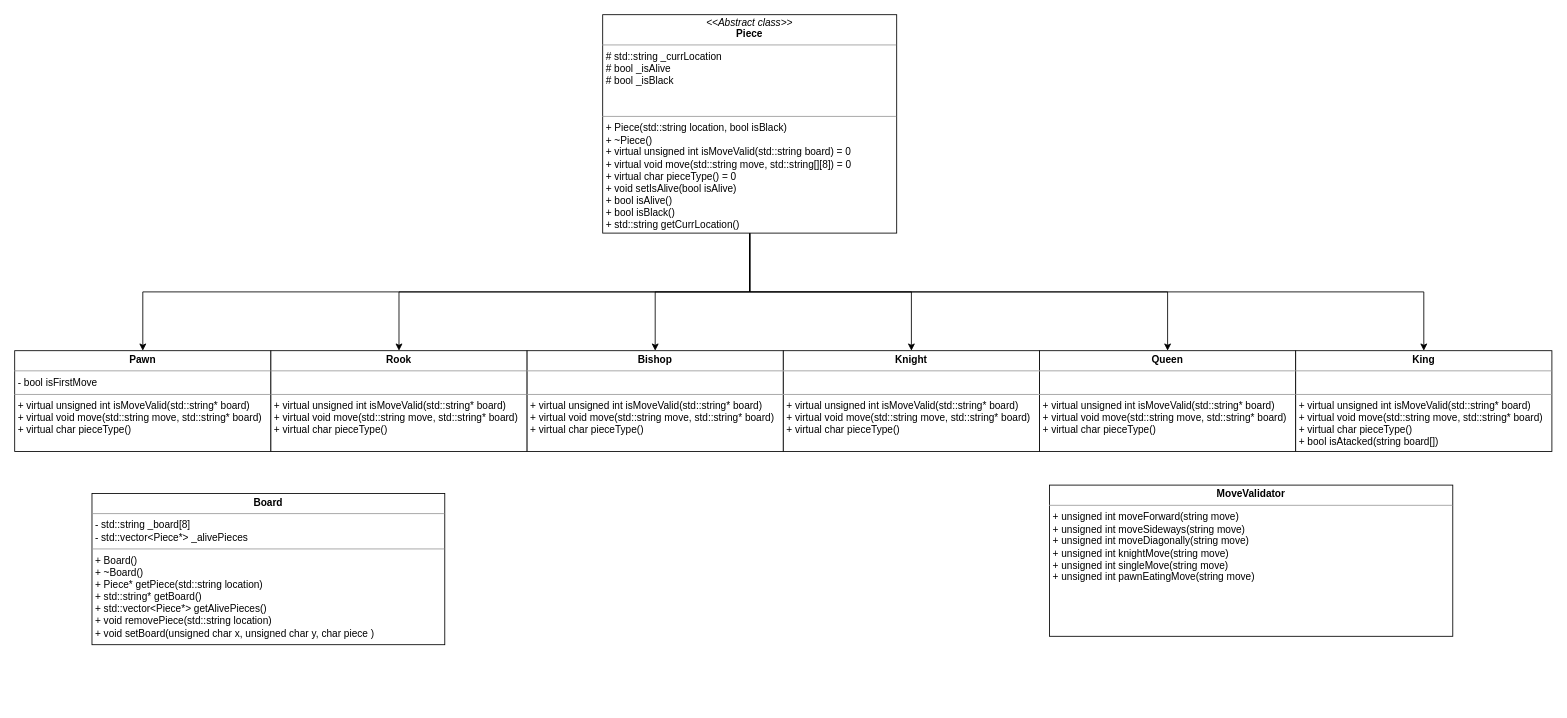
Earlier version of the draw.io diagram ChessUML.drawio (shahar0809/Chess). Source tidied: cells renumbered, new cells numbered last; positions are measured from the earlier drawing's top-left corner, leaving out a move shared by most shapes. Both pictures are drawn from the tidied source at 84%, with x=0, y=0 at pixel (14, 14).
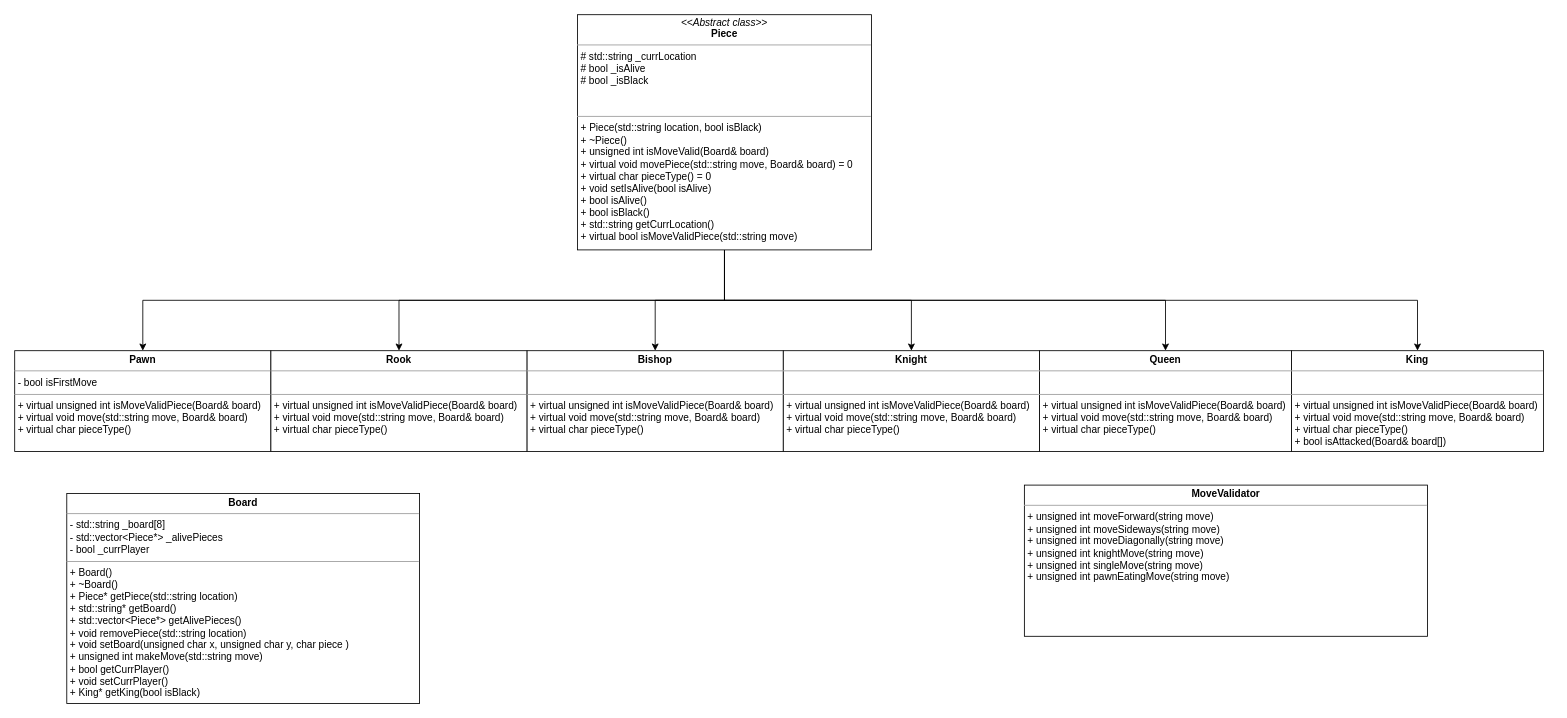
The same page after the edit.

Change to the diagram source:
```diff
@@
 <mxGraphModel background="#ffffff">
   <root>
     <mxCell id="0" />
     <mxCell id="1" parent="0" />
     <mxCell id="2" style="edgeStyle=orthogonalEdgeStyle;rounded=0;jettySize=auto;html=1;exitX=0.5;exitY=1;exitDx=0;exitDy=0;entryX=0.5;entryY=0;entryDx=0;entryDy=0;" parent="1" edge="1" source="8" target="13">
       <mxGeometry relative="1" as="geometry" />
     </mxCell>
     <mxCell id="3" style="edgeStyle=orthogonalEdgeStyle;rounded=0;jettySize=auto;html=1;exitX=0.5;exitY=1;exitDx=0;exitDy=0;" parent="1" edge="1" source="8" target="14">
       <mxGeometry relative="1" as="geometry" />
     </mxCell>
     <mxCell id="4" style="edgeStyle=orthogonalEdgeStyle;rounded=0;jettySize=auto;html=1;exitX=0.5;exitY=1;exitDx=0;exitDy=0;" parent="1" edge="1" source="8" target="12">
       <mxGeometry relative="1" as="geometry" />
     </mxCell>
     <mxCell id="5" style="edgeStyle=orthogonalEdgeStyle;rounded=0;jettySize=auto;html=1;exitX=0.5;exitY=1;exitDx=0;exitDy=0;entryX=0.5;entryY=0;entryDx=0;entryDy=0;" parent="1" edge="1" source="8" target="9">
       <mxGeometry relative="1" as="geometry" />
     </mxCell>
     <mxCell id="6" style="edgeStyle=orthogonalEdgeStyle;rounded=0;jettySize=auto;html=1;exitX=0.5;exitY=1;exitDx=0;exitDy=0;" parent="1" edge="1" source="8" target="15">
       <mxGeometry relative="1" as="geometry" />
     </mxCell>
     <mxCell id="7" style="edgeStyle=orthogonalEdgeStyle;rounded=0;jettySize=auto;html=1;exitX=0.5;exitY=1;exitDx=0;exitDy=0;" parent="1" edge="1" source="8" target="16">
       <mxGeometry relative="1" as="geometry" />
     </mxCell>
-    <mxCell id="8" value="&lt;p style=&quot;margin: 4px 0px 0px ; text-align: center ; line-height: 110%&quot;&gt;&lt;i&gt;&amp;lt;&amp;lt;Abstract class&amp;gt;&amp;gt;&lt;/i&gt;&lt;br&gt;&lt;b&gt;Piece&lt;/b&gt;&lt;/p&gt;&lt;hr size=&quot;1&quot;&gt;&lt;p style=&quot;margin: 0px ; margin-left: 4px&quot;&gt;# std::string _currLocation&lt;br&gt;# bool _isAlive&lt;/p&gt;&lt;p style=&quot;margin: 0px ; margin-left: 4px&quot;&gt;# bool _isBlack&lt;/p&gt;&lt;p style=&quot;margin: 0px ; margin-left: 4px&quot;&gt;&lt;br&gt;&lt;/p&gt;&lt;p style=&quot;margin: 0px ; margin-left: 4px&quot;&gt;&lt;br&gt;&lt;/p&gt;&lt;hr size=&quot;1&quot;&gt;&lt;p style=&quot;margin: 0px ; margin-left: 4px&quot;&gt;+ Piece(std::string location, bool isBlack)&lt;/p&gt;&lt;p style=&quot;margin: 0px ; margin-left: 4px&quot;&gt;+ ~Piece()&lt;/p&gt;&lt;p style=&quot;margin: 0px ; margin-left: 4px&quot;&gt;+ virtual unsigned int isMoveValid(std::string board) = 0&lt;br&gt;+ virtual void move(std::string move, std::string[][8]) = 0&lt;/p&gt;&lt;p style=&quot;margin: 0px ; margin-left: 4px&quot;&gt;+ virtual char pieceType() = 0&lt;/p&gt;&lt;p style=&quot;margin: 0px ; margin-left: 4px&quot;&gt;+ void setIsAlive(bool isAlive)&lt;/p&gt;&lt;p style=&quot;margin: 0px ; margin-left: 4px&quot;&gt;+ bool isAlive()&lt;/p&gt;&lt;p style=&quot;margin: 0px ; margin-left: 4px&quot;&gt;+ bool isBlack()&lt;/p&gt;&lt;p style=&quot;margin: 0px ; margin-left: 4px&quot;&gt;+ std::string getCurrLocation()&lt;/p&gt;" style="verticalAlign=top;align=left;overflow=fill;fontSize=12;fontFamily=Helvetica;html=1;" parent="1" vertex="1">
-      <mxGeometry x="700" width="350" height="260" as="geometry" />
+    <mxCell id="8" value="&lt;p style=&quot;margin: 4px 0px 0px ; text-align: center ; line-height: 110%&quot;&gt;&lt;i&gt;&amp;lt;&amp;lt;Abstract class&amp;gt;&amp;gt;&lt;/i&gt;&lt;br&gt;&lt;b&gt;Piece&lt;/b&gt;&lt;/p&gt;&lt;hr size=&quot;1&quot;&gt;&lt;p style=&quot;margin: 0px ; margin-left: 4px&quot;&gt;# std::string _currLocation&lt;br&gt;# bool _isAlive&lt;/p&gt;&lt;p style=&quot;margin: 0px ; margin-left: 4px&quot;&gt;# bool _isBlack&lt;/p&gt;&lt;p style=&quot;margin: 0px ; margin-left: 4px&quot;&gt;&lt;br&gt;&lt;/p&gt;&lt;p style=&quot;margin: 0px ; margin-left: 4px&quot;&gt;&lt;br&gt;&lt;/p&gt;&lt;hr size=&quot;1&quot;&gt;&lt;p style=&quot;margin: 0px ; margin-left: 4px&quot;&gt;+ Piece(std::string location, bool isBlack)&lt;/p&gt;&lt;p style=&quot;margin: 0px ; margin-left: 4px&quot;&gt;+ ~Piece()&lt;/p&gt;&lt;p style=&quot;margin: 0px ; margin-left: 4px&quot;&gt;+ unsigned int isMoveValid(Board&amp;amp; board)&lt;br&gt;+ virtual void movePiece(std::string move, Board&amp;amp; board) = 0&lt;/p&gt;&lt;p style=&quot;margin: 0px ; margin-left: 4px&quot;&gt;+ virtual char pieceType() = 0&lt;/p&gt;&lt;p style=&quot;margin: 0px ; margin-left: 4px&quot;&gt;+ void setIsAlive(bool isAlive)&lt;/p&gt;&lt;p style=&quot;margin: 0px ; margin-left: 4px&quot;&gt;+ bool isAlive()&lt;/p&gt;&lt;p style=&quot;margin: 0px ; margin-left: 4px&quot;&gt;+ bool isBlack()&lt;/p&gt;&lt;p style=&quot;margin: 0px ; margin-left: 4px&quot;&gt;+ std::string getCurrLocation()&lt;/p&gt;&lt;p style=&quot;margin: 0px ; margin-left: 4px&quot;&gt;+ virtual bool isMoveValidPiece(std::string move)&lt;/p&gt;" style="verticalAlign=top;align=left;overflow=fill;fontSize=12;fontFamily=Helvetica;html=1;" parent="1" vertex="1">
+      <mxGeometry x="670" width="350" height="280" as="geometry" />
     </mxCell>
-    <mxCell id="9" value="&lt;p style=&quot;margin: 0px ; margin-top: 4px ; text-align: center&quot;&gt;&lt;b&gt;Pawn&lt;/b&gt;&lt;/p&gt;&lt;hr size=&quot;1&quot;&gt;&lt;p style=&quot;margin: 0px ; margin-left: 4px&quot;&gt;- bool isFirstMove&lt;/p&gt;&lt;hr size=&quot;1&quot;&gt;&lt;p style=&quot;margin: 0px 0px 0px 4px&quot;&gt;+ virtual unsigned int isMoveValid(std::string* board)&lt;br&gt;+ virtual void move(std::string move, std::string* board)&lt;/p&gt;&lt;p style=&quot;margin: 0px 0px 0px 4px&quot;&gt;+ virtual char pieceType()&amp;nbsp;&lt;/p&gt;" style="verticalAlign=top;align=left;overflow=fill;fontSize=12;fontFamily=Helvetica;html=1;" parent="1" vertex="1">
+    <mxCell id="9" value="&lt;p style=&quot;margin: 0px ; margin-top: 4px ; text-align: center&quot;&gt;&lt;b&gt;Pawn&lt;/b&gt;&lt;/p&gt;&lt;hr size=&quot;1&quot;&gt;&lt;p style=&quot;margin: 0px ; margin-left: 4px&quot;&gt;- bool isFirstMove&lt;/p&gt;&lt;hr size=&quot;1&quot;&gt;&lt;p style=&quot;margin: 0px 0px 0px 4px&quot;&gt;+ virtual unsigned int isMoveValidPiece(Board&amp;amp; board)&lt;br&gt;+ virtual void move(std::string move, Board&amp;amp; board)&lt;/p&gt;&lt;p style=&quot;margin: 0px 0px 0px 4px&quot;&gt;+ virtual char pieceType()&amp;nbsp;&lt;/p&gt;" style="verticalAlign=top;align=left;overflow=fill;fontSize=12;fontFamily=Helvetica;html=1;" parent="1" vertex="1">
       <mxGeometry y="400" width="305" height="120" as="geometry" />
     </mxCell>
-    <mxCell id="10" value="&lt;p style=&quot;margin: 0px ; margin-top: 4px ; text-align: center&quot;&gt;&lt;b&gt;Board&lt;/b&gt;&lt;/p&gt;&lt;hr size=&quot;1&quot;&gt;&lt;p style=&quot;margin: 0px ; margin-left: 4px&quot;&gt;- std::string _board[8]&lt;/p&gt;&lt;p style=&quot;margin: 0px ; margin-left: 4px&quot;&gt;- std::vector&amp;lt;Piece*&amp;gt; _alivePieces&lt;/p&gt;&lt;hr size=&quot;1&quot;&gt;&lt;p style=&quot;margin: 0px ; margin-left: 4px&quot;&gt;+ Board()&lt;/p&gt;&lt;p style=&quot;margin: 0px ; margin-left: 4px&quot;&gt;+ ~Board()&lt;/p&gt;&lt;p style=&quot;margin: 0px ; margin-left: 4px&quot;&gt;+ Piece* getPiece(std::string location)&lt;/p&gt;&lt;p style=&quot;margin: 0px ; margin-left: 4px&quot;&gt;+ std::string* getBoard()&lt;/p&gt;&lt;p style=&quot;margin: 0px ; margin-left: 4px&quot;&gt;+ std::vector&amp;lt;Piece*&amp;gt; getAlivePieces()&lt;/p&gt;&lt;p style=&quot;margin: 0px ; margin-left: 4px&quot;&gt;+ void removePiece(std::string location)&lt;/p&gt;&lt;p style=&quot;margin: 0px ; margin-left: 4px&quot;&gt;+ void setBoard(unsigned char x, unsigned char y, char piece )&lt;/p&gt;&lt;p style=&quot;margin: 0px ; margin-left: 4px&quot;&gt;&lt;br&gt;&lt;/p&gt;&lt;p style=&quot;margin: 0px ; margin-left: 4px&quot;&gt;&lt;br&gt;&lt;/p&gt;&lt;p style=&quot;margin: 0px ; margin-left: 4px&quot;&gt;&lt;br&gt;&lt;/p&gt;" style="verticalAlign=top;align=left;overflow=fill;fontSize=12;fontFamily=Helvetica;html=1;" parent="1" vertex="1">
-      <mxGeometry x="92" y="570" width="420" height="180" as="geometry" />
+    <mxCell id="10" value="&lt;p style=&quot;margin: 0px ; margin-top: 4px ; text-align: center&quot;&gt;&lt;b&gt;Board&lt;/b&gt;&lt;/p&gt;&lt;hr size=&quot;1&quot;&gt;&lt;p style=&quot;margin: 0px ; margin-left: 4px&quot;&gt;- std::string _board[8]&lt;/p&gt;&lt;p style=&quot;margin: 0px ; margin-left: 4px&quot;&gt;- std::vector&amp;lt;Piece*&amp;gt; _alivePieces&lt;/p&gt;&lt;p style=&quot;margin: 0px ; margin-left: 4px&quot;&gt;- bool _currPlayer&lt;/p&gt;&lt;hr size=&quot;1&quot;&gt;&lt;p style=&quot;margin: 0px ; margin-left: 4px&quot;&gt;+ Board()&lt;/p&gt;&lt;p style=&quot;margin: 0px ; margin-left: 4px&quot;&gt;+ ~Board()&lt;/p&gt;&lt;p style=&quot;margin: 0px ; margin-left: 4px&quot;&gt;+ Piece* getPiece(std::string location)&lt;/p&gt;&lt;p style=&quot;margin: 0px ; margin-left: 4px&quot;&gt;+ std::string* getBoard()&lt;/p&gt;&lt;p style=&quot;margin: 0px ; margin-left: 4px&quot;&gt;+ std::vector&amp;lt;Piece*&amp;gt; getAlivePieces()&lt;/p&gt;&lt;p style=&quot;margin: 0px ; margin-left: 4px&quot;&gt;+ void removePiece(std::string location)&lt;/p&gt;&lt;p style=&quot;margin: 0px ; margin-left: 4px&quot;&gt;+ void setBoard(unsigned char x, unsigned char y, char piece )&lt;/p&gt;&lt;p style=&quot;margin: 0px ; margin-left: 4px&quot;&gt;+ unsigned int makeMove(std::string move)&lt;/p&gt;&lt;p style=&quot;margin: 0px ; margin-left: 4px&quot;&gt;+ bool getCurrPlayer()&lt;/p&gt;&lt;p style=&quot;margin: 0px ; margin-left: 4px&quot;&gt;+ void setCurrPlayer()&lt;/p&gt;&lt;p style=&quot;margin: 0px ; margin-left: 4px&quot;&gt;+ King* getKing(bool isBlack)&lt;/p&gt;&lt;p style=&quot;margin: 0px ; margin-left: 4px&quot;&gt;&lt;br&gt;&lt;/p&gt;&lt;p style=&quot;margin: 0px ; margin-left: 4px&quot;&gt;&lt;br&gt;&lt;/p&gt;" style="verticalAlign=top;align=left;overflow=fill;fontSize=12;fontFamily=Helvetica;html=1;" parent="1" vertex="1">
+      <mxGeometry x="62" y="570" width="420" height="250" as="geometry" />
     </mxCell>
     <mxCell id="11" value="&lt;p style=&quot;margin: 0px ; margin-top: 4px ; text-align: center&quot;&gt;&lt;b&gt;MoveValidator&lt;/b&gt;&lt;/p&gt;&lt;hr size=&quot;1&quot;&gt;&lt;p style=&quot;margin: 0px ; margin-left: 4px&quot;&gt;&lt;/p&gt;&lt;p style=&quot;margin: 0px ; margin-left: 4px&quot;&gt;+ unsigned int moveForward(string move)&lt;/p&gt;&lt;p style=&quot;margin: 0px ; margin-left: 4px&quot;&gt;+ unsigned int moveSideways(string move)&lt;br&gt;&lt;/p&gt;&lt;p style=&quot;margin: 0px ; margin-left: 4px&quot;&gt;+ unsigned int moveDiagonally(string move)&lt;br&gt;&lt;/p&gt;&lt;p style=&quot;margin: 0px ; margin-left: 4px&quot;&gt;+ unsigned int knightMove(string move)&lt;br&gt;&lt;/p&gt;&lt;p style=&quot;margin: 0px ; margin-left: 4px&quot;&gt;+ unsigned int singleMove(string move)&lt;/p&gt;&lt;p style=&quot;margin: 0px ; margin-left: 4px&quot;&gt;+ unsigned int pawnEatingMove(string move)&lt;br&gt;&lt;/p&gt;&lt;p style=&quot;margin: 0px ; margin-left: 4px&quot;&gt;&lt;br&gt;&lt;/p&gt;&lt;p style=&quot;margin: 0px ; margin-left: 4px&quot;&gt;&lt;br&gt;&lt;/p&gt;" style="verticalAlign=top;align=left;overflow=fill;fontSize=12;fontFamily=Helvetica;html=1;" parent="1" vertex="1">
-      <mxGeometry x="1232" y="560" width="480" height="180" as="geometry" />
+      <mxGeometry x="1202" y="560" width="480" height="180" as="geometry" />
     </mxCell>
-    <mxCell id="12" value="&lt;p style=&quot;margin: 0px ; margin-top: 4px ; text-align: center&quot;&gt;&lt;b&gt;Rook&lt;/b&gt;&lt;/p&gt;&lt;hr size=&quot;1&quot;&gt;&lt;p style=&quot;margin: 0px ; margin-left: 4px&quot;&gt;&lt;br&gt;&lt;/p&gt;&lt;hr size=&quot;1&quot;&gt;&lt;p style=&quot;margin: 0px 0px 0px 4px&quot;&gt;+ virtual unsigned int isMoveValid(std::string* board)&lt;br&gt;+ virtual void move(std::string move, std::string* board)&lt;/p&gt;&lt;p style=&quot;margin: 0px 0px 0px 4px&quot;&gt;+ virtual char pieceType()&amp;nbsp;&lt;/p&gt;" style="verticalAlign=top;align=left;overflow=fill;fontSize=12;fontFamily=Helvetica;html=1;" parent="1" vertex="1">
+    <mxCell id="12" value="&lt;p style=&quot;margin: 0px ; margin-top: 4px ; text-align: center&quot;&gt;&lt;b&gt;Rook&lt;/b&gt;&lt;/p&gt;&lt;hr size=&quot;1&quot;&gt;&lt;p style=&quot;margin: 0px ; margin-left: 4px&quot;&gt;&lt;br&gt;&lt;/p&gt;&lt;hr size=&quot;1&quot;&gt;&lt;p style=&quot;margin: 0px 0px 0px 4px&quot;&gt;+ virtual unsigned int isMoveValidPiece(Board&amp;amp; board)&lt;br&gt;+ virtual void move(std::string move, Board&amp;amp; board)&lt;/p&gt;&lt;p style=&quot;margin: 0px 0px 0px 4px&quot;&gt;+ virtual char pieceType()&amp;nbsp;&lt;/p&gt;" style="verticalAlign=top;align=left;overflow=fill;fontSize=12;fontFamily=Helvetica;html=1;" parent="1" vertex="1">
       <mxGeometry x="305" y="400" width="305" height="120" as="geometry" />
     </mxCell>
-    <mxCell id="13" value="&lt;p style=&quot;margin: 0px ; margin-top: 4px ; text-align: center&quot;&gt;&lt;b&gt;Bishop&lt;/b&gt;&lt;/p&gt;&lt;hr size=&quot;1&quot;&gt;&lt;p style=&quot;margin: 0px ; margin-left: 4px&quot;&gt;&lt;br&gt;&lt;/p&gt;&lt;hr size=&quot;1&quot;&gt;&lt;p style=&quot;margin: 0px 0px 0px 4px&quot;&gt;+ virtual unsigned int isMoveValid(std::string* board)&lt;br&gt;+ virtual void move(std::string move, std::string* board)&lt;/p&gt;&lt;p style=&quot;margin: 0px 0px 0px 4px&quot;&gt;+ virtual char pieceType()&amp;nbsp;&lt;/p&gt;" style="verticalAlign=top;align=left;overflow=fill;fontSize=12;fontFamily=Helvetica;html=1;" parent="1" vertex="1">
+    <mxCell id="13" value="&lt;p style=&quot;margin: 0px ; margin-top: 4px ; text-align: center&quot;&gt;&lt;b&gt;Bishop&lt;/b&gt;&lt;/p&gt;&lt;hr size=&quot;1&quot;&gt;&lt;p style=&quot;margin: 0px ; margin-left: 4px&quot;&gt;&lt;br&gt;&lt;/p&gt;&lt;hr size=&quot;1&quot;&gt;&lt;p style=&quot;margin: 0px 0px 0px 4px&quot;&gt;+ virtual unsigned int isMoveValidPiece(Board&amp;amp; board)&lt;br&gt;+ virtual void move(std::string move, Board&amp;amp; board)&lt;/p&gt;&lt;p style=&quot;margin: 0px 0px 0px 4px&quot;&gt;+ virtual char pieceType()&amp;nbsp;&lt;/p&gt;" style="verticalAlign=top;align=left;overflow=fill;fontSize=12;fontFamily=Helvetica;html=1;" parent="1" vertex="1">
       <mxGeometry x="610" y="400" width="305" height="120" as="geometry" />
     </mxCell>
-    <mxCell id="14" value="&lt;p style=&quot;margin: 0px ; margin-top: 4px ; text-align: center&quot;&gt;&lt;b&gt;Knight&lt;/b&gt;&lt;/p&gt;&lt;hr size=&quot;1&quot;&gt;&lt;p style=&quot;margin: 0px ; margin-left: 4px&quot;&gt;&lt;br&gt;&lt;/p&gt;&lt;hr size=&quot;1&quot;&gt;&lt;p style=&quot;margin: 0px 0px 0px 4px&quot;&gt;+ virtual unsigned int isMoveValid(std::string* board)&lt;br&gt;+ virtual void move(std::string move, std::string* board)&lt;/p&gt;&lt;p style=&quot;margin: 0px ; margin-left: 4px&quot;&gt;&lt;span&gt;+ virtual char pieceType()&lt;/span&gt;&amp;nbsp;&lt;/p&gt;&lt;p style=&quot;margin: 0px ; margin-left: 4px&quot;&gt;&lt;br&gt;&lt;/p&gt;" style="verticalAlign=top;align=left;overflow=fill;fontSize=12;fontFamily=Helvetica;html=1;" parent="1" vertex="1">
+    <mxCell id="14" value="&lt;p style=&quot;margin: 0px ; margin-top: 4px ; text-align: center&quot;&gt;&lt;b&gt;Knight&lt;/b&gt;&lt;/p&gt;&lt;hr size=&quot;1&quot;&gt;&lt;p style=&quot;margin: 0px ; margin-left: 4px&quot;&gt;&lt;br&gt;&lt;/p&gt;&lt;hr size=&quot;1&quot;&gt;&lt;p style=&quot;margin: 0px 0px 0px 4px&quot;&gt;+ virtual unsigned int isMoveValidPiece(Board&amp;amp; board)&lt;br&gt;+ virtual void move(std::string move, Board&amp;amp; board)&lt;/p&gt;&lt;p style=&quot;margin: 0px 0px 0px 4px&quot;&gt;+ virtual char pieceType()&amp;nbsp;&lt;/p&gt;&lt;p style=&quot;margin: 0px ; margin-left: 4px&quot;&gt;&lt;br&gt;&lt;/p&gt;" style="verticalAlign=top;align=left;overflow=fill;fontSize=12;fontFamily=Helvetica;html=1;" parent="1" vertex="1">
       <mxGeometry x="915" y="400" width="305" height="120" as="geometry" />
     </mxCell>
-    <mxCell id="15" value="&lt;p style=&quot;margin: 0px ; margin-top: 4px ; text-align: center&quot;&gt;&lt;b&gt;Queen&lt;/b&gt;&lt;/p&gt;&lt;hr size=&quot;1&quot;&gt;&lt;p style=&quot;margin: 0px ; margin-left: 4px&quot;&gt;&lt;br&gt;&lt;/p&gt;&lt;hr size=&quot;1&quot;&gt;&lt;p style=&quot;margin: 0px 0px 0px 4px&quot;&gt;+ virtual unsigned int isMoveValid(std::string* board)&lt;br&gt;+ virtual void move(std::string move, std::string* board)&lt;/p&gt;&lt;p style=&quot;margin: 0px 0px 0px 4px&quot;&gt;+ virtual char pieceType()&amp;nbsp;&lt;/p&gt;" style="verticalAlign=top;align=left;overflow=fill;fontSize=12;fontFamily=Helvetica;html=1;" parent="1" vertex="1">
-      <mxGeometry x="1220" y="400" width="305" height="120" as="geometry" />
+    <mxCell id="15" value="&lt;p style=&quot;margin: 0px ; margin-top: 4px ; text-align: center&quot;&gt;&lt;b&gt;Queen&lt;/b&gt;&lt;/p&gt;&lt;hr size=&quot;1&quot;&gt;&lt;p style=&quot;margin: 0px ; margin-left: 4px&quot;&gt;&lt;br&gt;&lt;/p&gt;&lt;hr size=&quot;1&quot;&gt;&lt;p style=&quot;margin: 0px 0px 0px 4px&quot;&gt;+ virtual unsigned int isMoveValidPiece(Board&amp;amp; board)&lt;br&gt;+ virtual void move(std::string move, Board&amp;amp; board)&lt;/p&gt;&lt;p style=&quot;margin: 0px 0px 0px 4px&quot;&gt;+ virtual char pieceType()&amp;nbsp;&lt;/p&gt;" style="verticalAlign=top;align=left;overflow=fill;fontSize=12;fontFamily=Helvetica;html=1;" parent="1" vertex="1">
+      <mxGeometry x="1220" y="400" width="300" height="120" as="geometry" />
     </mxCell>
-    <mxCell id="16" value="&lt;p style=&quot;margin: 0px ; margin-top: 4px ; text-align: center&quot;&gt;&lt;b&gt;King&lt;/b&gt;&lt;/p&gt;&lt;hr size=&quot;1&quot;&gt;&lt;p style=&quot;margin: 0px ; margin-left: 4px&quot;&gt;&lt;br&gt;&lt;/p&gt;&lt;hr size=&quot;1&quot;&gt;&lt;p style=&quot;margin: 0px 0px 0px 4px&quot;&gt;+ virtual unsigned int isMoveValid(std::string* board)&lt;br&gt;+ virtual void move(std::string move, std::string* board)&lt;/p&gt;&lt;p style=&quot;margin: 0px 0px 0px 4px&quot;&gt;+ virtual char pieceType()&amp;nbsp;&lt;/p&gt;&lt;p style=&quot;margin: 0px ; margin-left: 4px&quot;&gt;+ bool isAtacked(string board[])&lt;br&gt;&lt;/p&gt;" style="verticalAlign=top;align=left;overflow=fill;fontSize=12;fontFamily=Helvetica;html=1;" parent="1" vertex="1">
-      <mxGeometry x="1525" y="400" width="305" height="120" as="geometry" />
+    <mxCell id="16" value="&lt;p style=&quot;margin: 0px ; margin-top: 4px ; text-align: center&quot;&gt;&lt;b&gt;King&lt;/b&gt;&lt;/p&gt;&lt;hr size=&quot;1&quot;&gt;&lt;p style=&quot;margin: 0px ; margin-left: 4px&quot;&gt;&lt;br&gt;&lt;/p&gt;&lt;hr size=&quot;1&quot;&gt;&lt;p style=&quot;margin: 0px 0px 0px 4px&quot;&gt;+ virtual unsigned int isMoveValidPiece(Board&amp;amp; board)&lt;br&gt;+ virtual void move(std::string move, Board&amp;amp; board)&lt;/p&gt;&lt;p style=&quot;margin: 0px 0px 0px 4px&quot;&gt;+ virtual char pieceType()&amp;nbsp;&lt;/p&gt;&lt;p style=&quot;margin: 0px ; margin-left: 4px&quot;&gt;+ bool isAttacked(Board&amp;amp; board[])&lt;br&gt;&lt;/p&gt;" style="verticalAlign=top;align=left;overflow=fill;fontSize=12;fontFamily=Helvetica;html=1;" parent="1" vertex="1">
+      <mxGeometry x="1520" y="400" width="300" height="120" as="geometry" />
     </mxCell>
   </root>
 </mxGraphModel>
```
